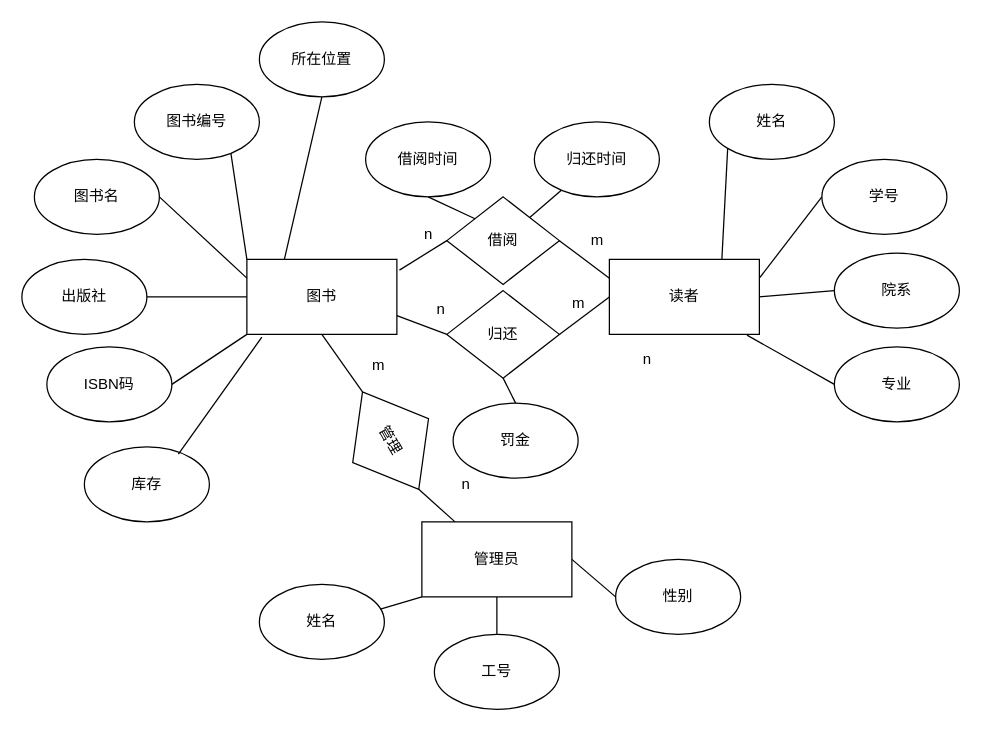
This is 图书借阅管理系统.drawio from UltramanT1ga/Hello, a draw.io file, before an edit. Source tidied: cells renumbered, new cells numbered last; positions are measured from the earlier drawing's top-left corner, leaving out a move shared by most shapes. Both pictures are drawn from the tidied source at 125%, with x=0, y=0 at pixel (21, 21).
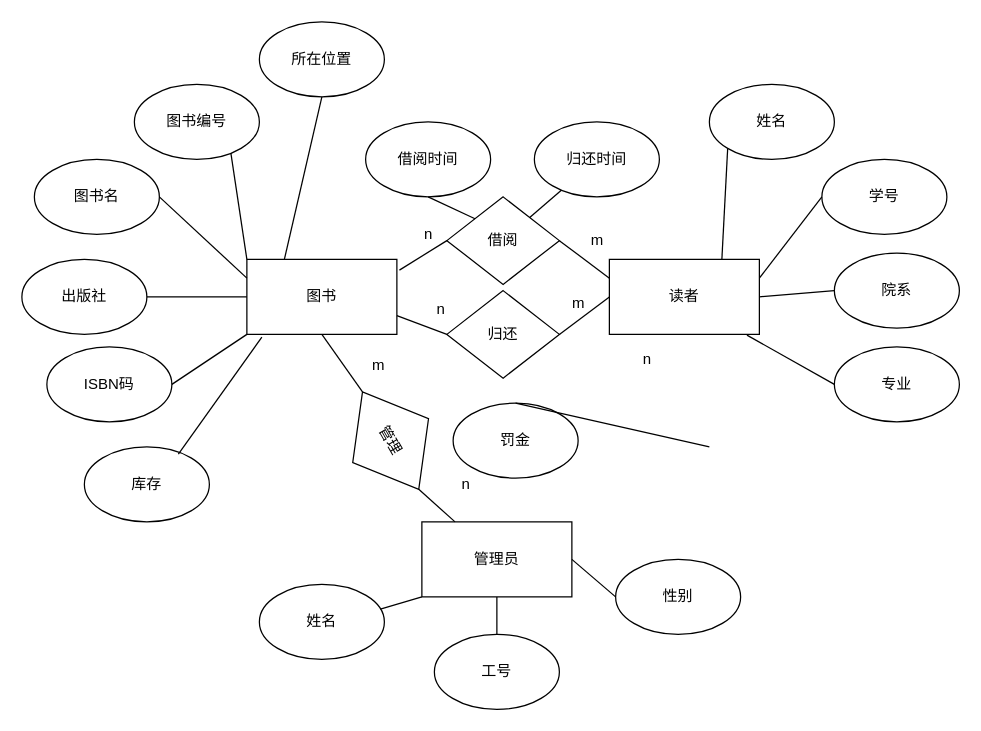
After the change.

Commit message:
更新图书借阅管理系统.drawio

The change refers to these unchanged cells:
```xml
<mxCell id="45" value="归还" style="rhombus;whiteSpace=wrap;html=1;" parent="1" vertex="1">
  <mxGeometry x="340" y="215" width="90" height="70" as="geometry" />
</mxCell>
<mxCell id="52" value="罚金" style="ellipse;whiteSpace=wrap;html=1;" parent="1" vertex="1">
  <mxGeometry x="345" y="305" width="100" height="60" as="geometry" />
</mxCell>
```

Diff of the diagram source:
```diff
@@
-    <mxCell id="53" style="endArrow=none;html=1;rounded=0;exitX=0.5;exitY=0;exitDx=0;exitDy=0;entryX=0.5;entryY=1;entryDx=0;entryDy=0;" parent="1" edge="1" source="52" target="45">
-      <mxGeometry relative="1" as="geometry" />
+    <mxCell id="53" style="endArrow=none;html=1;rounded=0;exitX=0.5;exitY=0;exitDx=0;exitDy=0;" parent="1" edge="1" source="52">
+      <mxGeometry relative="1" as="geometry">
+        <mxPoint x="550" y="340" as="targetPoint" />
+      </mxGeometry>
     </mxCell>
```
